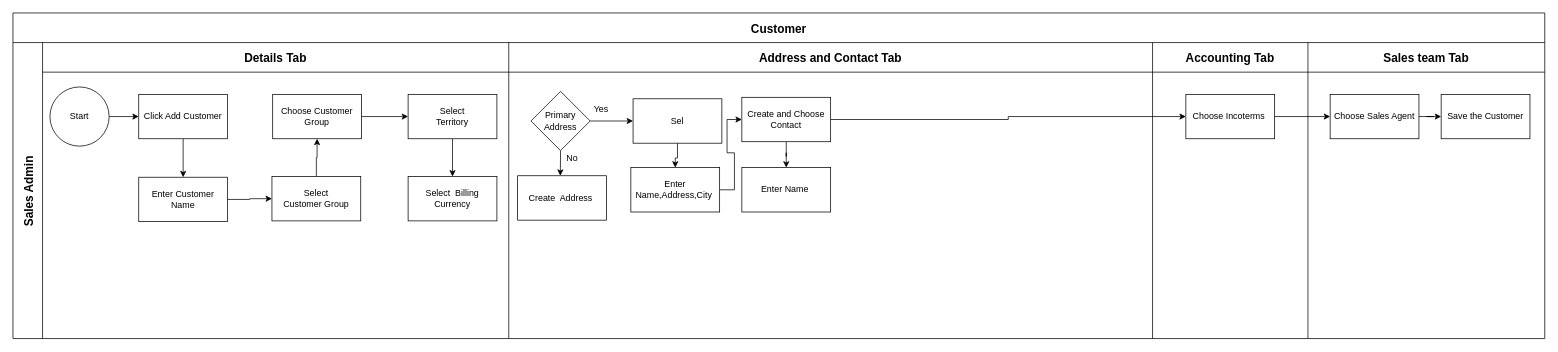
Above: SGB/Customer Userflow.drawio in Iswariya-LMNAs/Diagrams (draw.io), before the change. Source tidied: cells renumbered, new cells numbered last; positions are measured from the earlier drawing's top-left corner, leaving out a move shared by most shapes. Both pictures are drawn from the tidied source at 74%, with x=0, y=0 at pixel (13, 13).
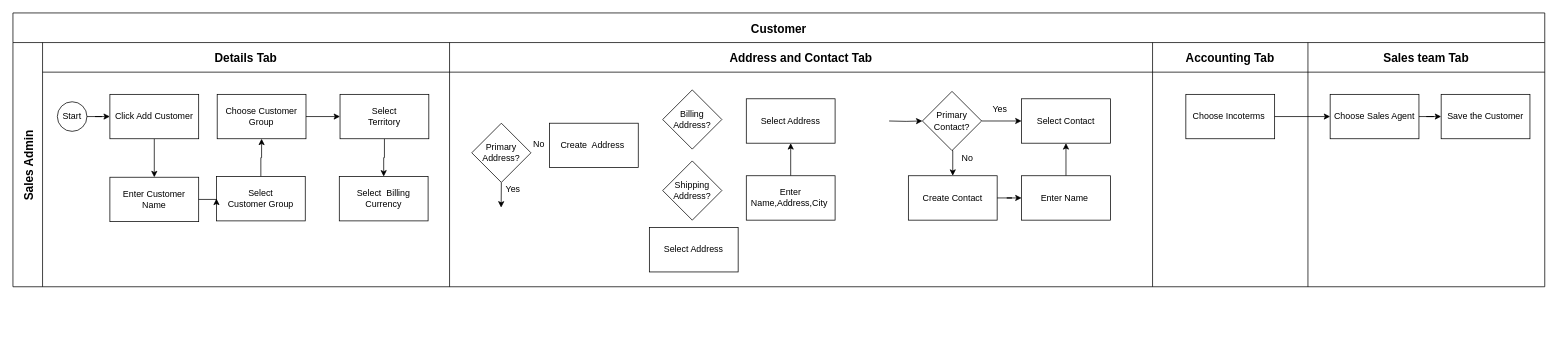
Above is the later version.

Unchanged cells that the change refers to:
```xml
<mxCell id="21" value="Choose Incoterms&amp;nbsp;" style="whiteSpace=wrap;html=1;" parent="20" vertex="1">
  <mxGeometry x="45" y="70" width="120" height="60" as="geometry" />
</mxCell>
```

What changed in the source:
```diff
@@
     <mxCell id="2" value="Customer" style="shape=table;childLayout=tableLayout;startSize=40;fontSize=16;fontStyle=1;" parent="1" vertex="1">
-      <mxGeometry width="2070" height="440" as="geometry" />
+      <mxGeometry width="2070" height="370" as="geometry" />
     </mxCell>
     <mxCell id="3" value="Sales Admin" style="shape=tableRow;horizontal=0;swimlaneHead=0;swimlaneBody=0;top=0;left=0;strokeColor=inherit;bottom=0;right=0;fontStyle=1;fillColor=none;startSize=40;fontSize=16;" parent="2" vertex="1">
-      <mxGeometry y="40" width="2070" height="400" as="geometry" />
+      <mxGeometry y="40" width="2070" height="330" as="geometry" />
     </mxCell>
     <mxCell id="4" value="Details Tab" style="swimlane;swimlaneHead=0;swimlaneBody=0;fontStyle=1;strokeColor=inherit;fillColor=none;startSize=40;fontSize=16;" parent="3" vertex="1">
-      <mxGeometry x="40" width="630" height="400" as="geometry" />
+      <mxGeometry x="40" width="550" height="330" as="geometry" />
     </mxCell>
@@
     <mxCell id="6" value="Select&lt;div&gt;Customer Group&lt;/div&gt;" style="rounded=0;whiteSpace=wrap;html=1;" parent="4" vertex="1">
-      <mxGeometry x="310" y="181" width="120" height="60" as="geometry" />
+      <mxGeometry x="235" y="181" width="120" height="60" as="geometry" />
     </mxCell>
@@
     <mxCell id="8" value="Select&lt;div&gt;Territory&lt;/div&gt;" style="rounded=0;whiteSpace=wrap;html=1;" parent="4" vertex="1">
-      <mxGeometry x="494" y="70" width="120" height="60" as="geometry" />
+      <mxGeometry x="402" y="70" width="120" height="60" as="geometry" />
     </mxCell>
     <mxCell id="9" value="Enter Customer Name" style="rounded=0;whiteSpace=wrap;html=1;" parent="4" vertex="1">
-      <mxGeometry x="130" y="182" width="120" height="60" as="geometry" />
+      <mxGeometry x="91" y="182" width="120" height="60" as="geometry" />
     </mxCell>
@@
     <mxCell id="12" value="Choose Customer Group" style="rounded=0;whiteSpace=wrap;html=1;" parent="4" vertex="1">
-      <mxGeometry x="311" y="70" width="120" height="60" as="geometry" />
+      <mxGeometry x="236" y="70" width="120" height="60" as="geometry" />
     </mxCell>
     <mxCell id="13" value="Select&amp;nbsp; Billing Currency" style="whiteSpace=wrap;html=1;" parent="4" vertex="1">
-      <mxGeometry x="494" y="181" width="120" height="60" as="geometry" />
+      <mxGeometry x="401" y="181" width="120" height="60" as="geometry" />
     </mxCell>
+    <mxCell id="28" value="Start" style="ellipse;whiteSpace=wrap;html=1;" parent="4" vertex="1">
+      <mxGeometry x="20" y="80" width="40" height="40" as="geometry" />
+    </mxCell>
     <mxCell id="14" value="Address and Contact Tab" style="swimlane;swimlaneHead=0;swimlaneBody=0;fontStyle=1;strokeColor=inherit;fillColor=none;startSize=40;fontSize=16;" parent="3" vertex="1">
-      <mxGeometry x="670" width="870" height="400" as="geometry" />
+      <mxGeometry x="590" width="950" height="330" as="geometry" />
     </mxCell>
     <mxCell id="15" style="edgeStyle=orthogonalEdgeStyle;rounded=0;jettySize=auto;html=1;exitX=0.5;exitY=1;exitDx=0;exitDy=0;" parent="14" edge="1" source="16">
       <mxGeometry relative="1" as="geometry">
-        <mxPoint x="69.7" y="180" as="targetPoint" />
+        <mxPoint x="69.7" y="223" as="targetPoint" />
       </mxGeometry>
     </mxCell>
-    <mxCell id="16" value="Primary Address" style="rhombus;whiteSpace=wrap;html=1;rounded=0;" parent="14" vertex="1">
-      <mxGeometry x="30" y="66" width="80" height="80" as="geometry" />
+    <mxCell id="16" value="Primary Address?" style="rhombus;whiteSpace=wrap;html=1;rounded=0;" parent="14" vertex="1">
+      <mxGeometry x="30" y="109" width="80" height="80" as="geometry" />
     </mxCell>
     <mxCell id="17" value="Create&amp;nbsp; Address&amp;nbsp;" style="whiteSpace=wrap;html=1;" parent="14" vertex="1">
-      <mxGeometry x="12" y="180" width="120" height="60" as="geometry" />
+      <mxGeometry x="135" y="109" width="120" height="60" as="geometry" />
     </mxCell>
-    <mxCell id="18" value="Yes" style="text;html=1;align=center;verticalAlign=middle;whiteSpace=wrap;rounded=0;" parent="14" vertex="1">
-      <mxGeometry x="100" y="80" width="50" height="20" as="geometry" />
+    <mxCell id="18" value="No" style="text;html=1;align=center;verticalAlign=middle;whiteSpace=wrap;rounded=0;" parent="14" vertex="1">
+      <mxGeometry x="96" y="128" width="50" height="20" as="geometry" />
     </mxCell>
-    <mxCell id="19" value="No" style="text;html=1;align=center;verticalAlign=middle;whiteSpace=wrap;rounded=0;" parent="14" vertex="1">
-      <mxGeometry x="61" y="146" width="50" height="20" as="geometry" />
+    <mxCell id="19" value="Yes" style="text;html=1;align=center;verticalAlign=middle;whiteSpace=wrap;rounded=0;" parent="14" vertex="1">
+      <mxGeometry x="61" y="189" width="50" height="20" as="geometry" />
     </mxCell>
+    <mxCell id="40" style="edgeStyle=orthogonalEdgeStyle;rounded=0;jettySize=auto;html=1;exitX=1;exitY=0.5;exitDx=0;exitDy=0;entryX=0;entryY=0.5;entryDx=0;entryDy=0;" parent="14" edge="1" source="42" target="44">
+      <mxGeometry relative="1" as="geometry" />
+    </mxCell>
+    <mxCell id="41" style="edgeStyle=orthogonalEdgeStyle;rounded=0;jettySize=auto;html=1;exitX=0.5;exitY=1;exitDx=0;exitDy=0;entryX=0.5;entryY=0;entryDx=0;entryDy=0;" parent="14" edge="1" source="42" target="37">
+      <mxGeometry relative="1" as="geometry" />
+    </mxCell>
+    <mxCell id="42" value="Primary Contact?" style="rhombus;whiteSpace=wrap;html=1;rounded=0;" parent="14" vertex="1">
+      <mxGeometry x="639" y="66" width="80" height="80" as="geometry" />
+    </mxCell>
+    <mxCell id="37" value="Create Contact" style="whiteSpace=wrap;html=1;" parent="14" vertex="1">
+      <mxGeometry x="620" y="180" width="120" height="60" as="geometry" />
+    </mxCell>
+    <mxCell id="43" style="edgeStyle=orthogonalEdgeStyle;rounded=0;jettySize=auto;html=1;exitX=0.5;exitY=0;exitDx=0;exitDy=0;" parent="14" edge="1" source="38" target="44">
+      <mxGeometry relative="1" as="geometry" />
+    </mxCell>
+    <mxCell id="38" value="Enter Name&amp;nbsp;" style="whiteSpace=wrap;html=1;" parent="14" vertex="1">
+      <mxGeometry x="773" y="180" width="120" height="60" as="geometry" />
+    </mxCell>
+    <mxCell id="35" style="edgeStyle=orthogonalEdgeStyle;rounded=0;jettySize=auto;html=1;" parent="14" edge="1" source="37" target="38">
+      <mxGeometry relative="1" as="geometry" />
+    </mxCell>
+    <mxCell id="44" value="Select Contact" style="whiteSpace=wrap;html=1;" parent="14" vertex="1">
+      <mxGeometry x="773" y="76" width="120" height="60" as="geometry" />
+    </mxCell>
+    <mxCell id="45" value="Yes" style="text;html=1;align=center;verticalAlign=middle;whiteSpace=wrap;rounded=0;" parent="14" vertex="1">
+      <mxGeometry x="719" y="80" width="50" height="20" as="geometry" />
+    </mxCell>
+    <mxCell id="46" value="No" style="text;html=1;align=center;verticalAlign=middle;whiteSpace=wrap;rounded=0;" parent="14" vertex="1">
+      <mxGeometry x="675" y="146" width="50" height="20" as="geometry" />
+    </mxCell>
+    <mxCell id="47" value="Shipping Address?" style="rhombus;whiteSpace=wrap;html=1;rounded=0;" parent="14" vertex="1">
+      <mxGeometry x="288" y="160" width="80" height="80" as="geometry" />
+    </mxCell>
+    <mxCell id="48" value="Billing Address?" style="rhombus;whiteSpace=wrap;html=1;rounded=0;" parent="14" vertex="1">
+      <mxGeometry x="288" y="64" width="80" height="80" as="geometry" />
+    </mxCell>
+    <mxCell id="49" value="Select Address" style="whiteSpace=wrap;html=1;" parent="14" vertex="1">
+      <mxGeometry x="270" y="250" width="120" height="60" as="geometry" />
+    </mxCell>
     <mxCell id="20" value="Accounting Tab" style="swimlane;swimlaneHead=0;swimlaneBody=0;fontStyle=1;strokeColor=inherit;fillColor=none;startSize=40;fontSize=16;" parent="3" vertex="1">
-      <mxGeometry x="1540" width="210" height="400" as="geometry" />
+      <mxGeometry x="1540" width="210" height="330" as="geometry" />
     </mxCell>
@@
     <mxCell id="22" value="Sales team Tab" style="swimlane;swimlaneHead=0;swimlaneBody=0;fontStyle=1;strokeColor=inherit;fillColor=none;startSize=40;fontSize=16;" parent="3" vertex="1">
-      <mxGeometry x="1750" width="320" height="400" as="geometry" />
+      <mxGeometry x="1750" width="320" height="330" as="geometry" />
     </mxCell>
@@
-    <mxCell id="28" value="Start" style="ellipse;whiteSpace=wrap;html=1;" parent="1" vertex="1">
-      <mxGeometry x="50" y="100" width="80" height="80" as="geometry" />
-    </mxCell>
@@
     <mxCell id="30" value="Click Add Customer" style="rounded=0;whiteSpace=wrap;html=1;" parent="1" vertex="1">
-      <mxGeometry x="170" y="110" width="120" height="60" as="geometry" />
+      <mxGeometry x="131" y="110" width="120" height="60" as="geometry" />
     </mxCell>
-    <mxCell id="31" style="edgeStyle=orthogonalEdgeStyle;rounded=0;jettySize=auto;html=1;" parent="1" edge="1" source="32" target="34">
-      <mxGeometry relative="1" as="geometry" />
-    </mxCell>
+    <mxCell id="50" style="edgeStyle=orthogonalEdgeStyle;rounded=0;jettySize=auto;html=1;exitX=1;exitY=0.5;exitDx=0;exitDy=0;entryX=0;entryY=0.5;entryDx=0;entryDy=0;" parent="1" edge="1" target="42">
+      <mxGeometry relative="1" as="geometry">
+        <mxPoint x="1184" y="146" as="sourcePoint" />
+      </mxGeometry>
+    </mxCell>
-    <mxCell id="32" value="Sel" style="whiteSpace=wrap;html=1;" parent="1" vertex="1">
-      <mxGeometry x="838" y="116" width="120" height="60" as="geometry" />
+    <mxCell id="32" value="Select Address" style="whiteSpace=wrap;html=1;" parent="1" vertex="1">
+      <mxGeometry x="991" y="116" width="120" height="60" as="geometry" />
     </mxCell>
-    <mxCell id="33" style="edgeStyle=orthogonalEdgeStyle;rounded=0;jettySize=auto;html=1;entryX=0;entryY=0.5;entryDx=0;entryDy=0;" parent="1" edge="1" source="34" target="37">
-      <mxGeometry relative="1" as="geometry" />
-    </mxCell>
+    <mxCell id="51" style="edgeStyle=orthogonalEdgeStyle;rounded=0;jettySize=auto;html=1;exitX=0.5;exitY=0;exitDx=0;exitDy=0;entryX=0.5;entryY=1;entryDx=0;entryDy=0;" parent="1" edge="1" source="34" target="32">
+      <mxGeometry relative="1" as="geometry" />
+    </mxCell>
     <mxCell id="34" value="Enter Name,Address,City&amp;nbsp;" style="whiteSpace=wrap;html=1;" parent="1" vertex="1">
-      <mxGeometry x="835" y="209" width="120" height="60" as="geometry" />
+      <mxGeometry x="991" y="220" width="120" height="60" as="geometry" />
     </mxCell>
-    <mxCell id="35" style="edgeStyle=orthogonalEdgeStyle;rounded=0;jettySize=auto;html=1;" parent="1" edge="1" source="37" target="38">
-      <mxGeometry relative="1" as="geometry" />
-    </mxCell>
-    <mxCell id="36" style="edgeStyle=orthogonalEdgeStyle;rounded=0;jettySize=auto;html=1;" parent="1" edge="1" source="37" target="21">
-      <mxGeometry relative="1" as="geometry" />
-    </mxCell>
-    <mxCell id="37" value="Create and Choose Contact" style="whiteSpace=wrap;html=1;" parent="1" vertex="1">
-      <mxGeometry x="985" y="114" width="120" height="60" as="geometry" />
-    </mxCell>
-    <mxCell id="38" value="Enter Name&amp;nbsp;" style="whiteSpace=wrap;html=1;" parent="1" vertex="1">
-      <mxGeometry x="985" y="209" width="120" height="60" as="geometry" />
-    </mxCell>
-    <mxCell id="39" style="edgeStyle=orthogonalEdgeStyle;rounded=0;jettySize=auto;html=1;exitX=1;exitY=0.5;exitDx=0;exitDy=0;entryX=0;entryY=0.5;entryDx=0;entryDy=0;" parent="1" edge="1" source="16" target="32">
-      <mxGeometry relative="1" as="geometry" />
-    </mxCell>
```
